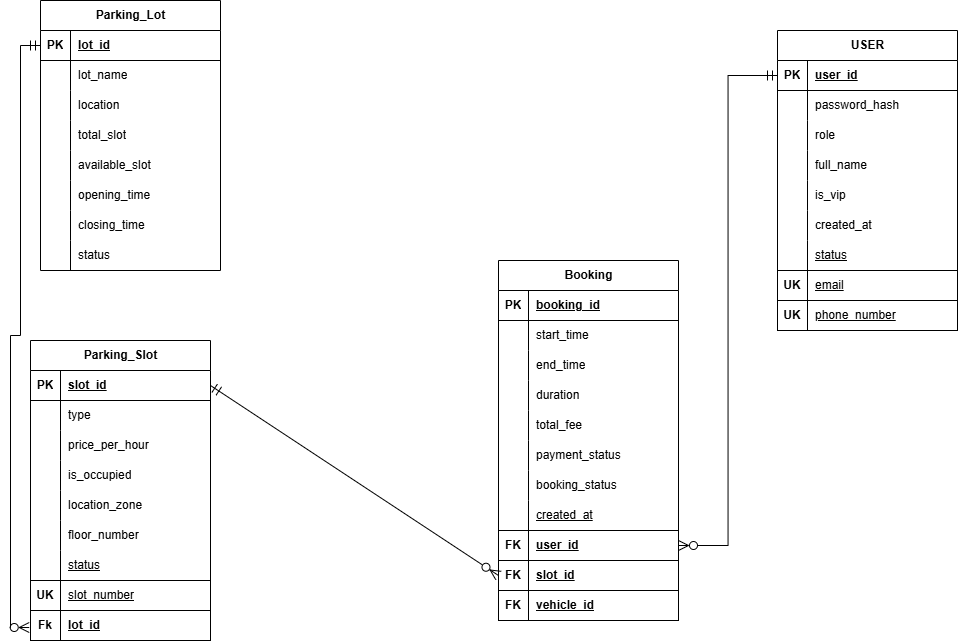
Earlier version of the draw.io export diagrams/erd.drawio.png (A-proG-spec/AASTU-DB-Project-Group-2). Source tidied: cells renumbered, new cells last; positions are measured from the earlier drawing's top-left corner, leaving out a move shared by most shapes.
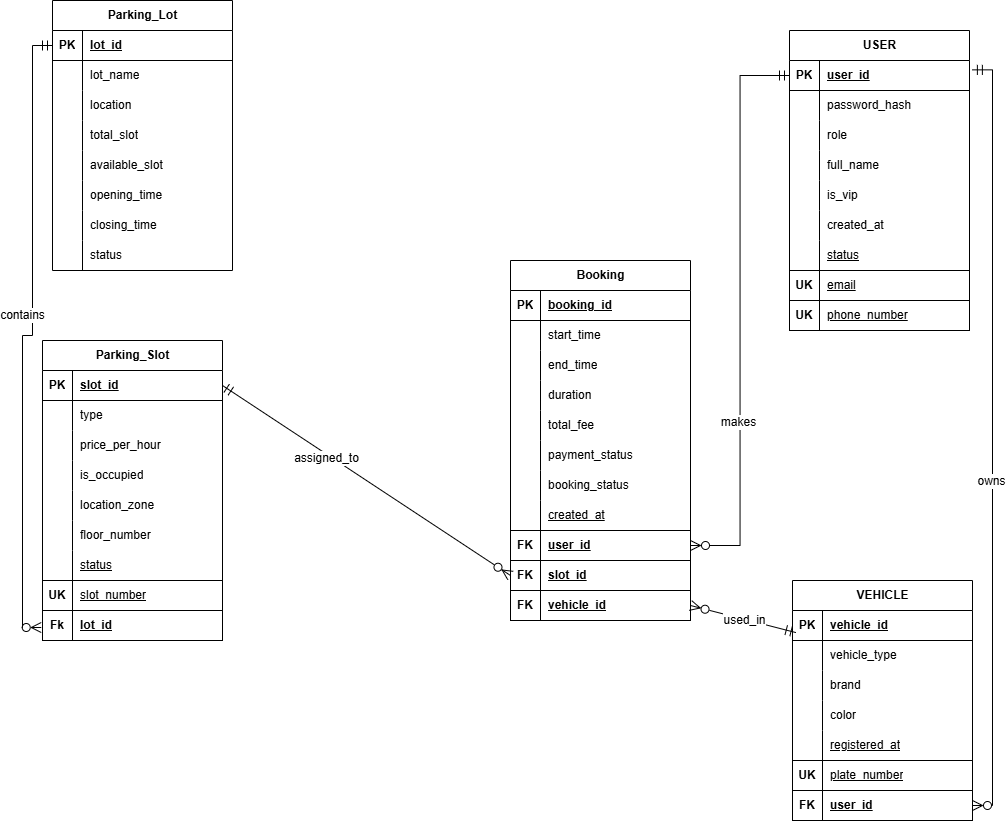
Above is the later version.

Commit message:
added an entity called vehicle and also what everything is related to

What changed in the source:
```diff
@@ -273,9 +273,19 @@
         </Array>
       </mxGeometry>
     </mxCell>
+    <mxCell id="120" value="contains" style="edgeLabel;html=1;align=center;verticalAlign=middle;fontSize=12;" parent="89" vertex="1">
+      <mxGeometry x="-0.14" y="-1" relative="1" as="geometry">
+        <mxPoint x="-9" y="19" as="offset" />
+      </mxGeometry>
+    </mxCell>
     <mxCell id="90" style="edgeStyle=none;curved=1;rounded=0;jettySize=auto;html=1;exitX=0;exitY=0.5;exitDx=0;exitDy=0;entryX=1;entryY=0.5;entryDx=0;entryDy=0;fontSize=12;startSize=8;endSize=8;startArrow=ERzeroToMany;startFill=0;endArrow=ERmandOne;endFill=0;" parent="1" edge="1" source="83" target="28">
       <mxGeometry relative="1" as="geometry" />
     </mxCell>
+    <mxCell id="121" value="assigned_to" style="edgeLabel;html=1;align=center;verticalAlign=middle;fontSize=12;" parent="90" vertex="1">
+      <mxGeometry x="0.27" y="4" relative="1" as="geometry">
+        <mxPoint x="1" as="offset" />
+      </mxGeometry>
+    </mxCell>
     <mxCell id="91" value="USER" style="shape=table;startSize=30;rowLines=0;fontStyle=1;align=center;html=1;" parent="1" vertex="1">
       <mxGeometry x="767" y="30" width="180" height="300" as="geometry" />
     </mxCell>
@@ -363,5 +373,88 @@
     <mxCell id="119" style="edgeStyle=orthogonalEdgeStyle;rounded=0;jettySize=auto;html=1;exitX=1;exitY=0.5;exitDx=0;exitDy=0;entryX=0;entryY=0.5;entryDx=0;entryDy=0;fontSize=12;startSize=8;endSize=8;startArrow=ERzeroToMany;startFill=0;endArrow=ERmandOne;endFill=0;" parent="1" edge="1" source="80" target="92">
       <mxGeometry relative="1" as="geometry" />
     </mxCell>
+    <mxCell id="122" value="makes" style="edgeLabel;html=1;align=center;verticalAlign=middle;fontSize=12;" parent="119" vertex="1">
+      <mxGeometry x="-0.39" y="2" relative="1" as="geometry" />
+    </mxCell>
+    <mxCell id="123" value="VEHICLE" style="shape=table;startSize=30;rowLines=0;fontStyle=1;align=center;html=1;" parent="1" vertex="1">
+      <mxGeometry x="770" y="580" width="180" height="240" as="geometry" />
+    </mxCell>
+    <mxCell id="124" style="shape=tableRow;horizontal=0;startSize=0;swimlaneHead=0;swimlaneBody=0;fillColor=none;points=[[0,0.5],[1,0.5]];portConstraint=eastwest;top=0;left=0;right=0;bottom=1;" parent="123" vertex="1">
+      <mxGeometry y="30" width="180" height="30" as="geometry" />
+    </mxCell>
+    <mxCell id="125" value="PK" style="shape=partialRectangle;fillColor=none;top=0;left=0;bottom=0;right=0;fontStyle=1;overflow=hidden;whiteSpace=wrap;html=1;" parent="124" vertex="1">
+      <mxGeometry width="30" height="30" as="geometry" />
+    </mxCell>
+    <mxCell id="126" value="vehicle_id" style="shape=partialRectangle;fillColor=none;top=0;left=0;bottom=0;right=0;align=left;spacingLeft=6;fontStyle=5;overflow=hidden;whiteSpace=wrap;html=1;" parent="124" vertex="1">
+      <mxGeometry x="30" width="150" height="30" as="geometry" />
+    </mxCell>
+    <mxCell id="127" style="shape=tableRow;horizontal=0;startSize=0;swimlaneHead=0;swimlaneBody=0;fillColor=none;top=0;left=0;right=0;bottom=0;" parent="123" vertex="1">
+      <mxGeometry y="60" width="180" height="30" as="geometry" />
+    </mxCell>
+    <mxCell id="128" style="shape=partialRectangle;fillColor=none;top=0;left=0;bottom=0;right=0;overflow=hidden;whiteSpace=wrap;html=1;" parent="127" vertex="1">
+      <mxGeometry width="30" height="30" as="geometry" />
+    </mxCell>
+    <mxCell id="129" value="vehicle_type" style="shape=partialRectangle;fillColor=none;top=0;left=0;bottom=0;right=0;align=left;spacingLeft=6;overflow=hidden;whiteSpace=wrap;html=1;" parent="127" vertex="1">
+      <mxGeometry x="30" width="150" height="30" as="geometry" />
+    </mxCell>
+    <mxCell id="130" style="shape=tableRow;horizontal=0;startSize=0;swimlaneHead=0;swimlaneBody=0;fillColor=none;top=0;left=0;right=0;bottom=0;" parent="123" vertex="1">
+      <mxGeometry y="90" width="180" height="30" as="geometry" />
+    </mxCell>
+    <mxCell id="131" style="shape=partialRectangle;fillColor=none;top=0;left=0;bottom=0;right=0;overflow=hidden;whiteSpace=wrap;html=1;" parent="130" vertex="1">
+      <mxGeometry width="30" height="30" as="geometry" />
+    </mxCell>
+    <mxCell id="132" value="brand" style="shape=partialRectangle;fillColor=none;top=0;left=0;bottom=0;right=0;align=left;spacingLeft=6;overflow=hidden;whiteSpace=wrap;html=1;" parent="130" vertex="1">
+      <mxGeometry x="30" width="150" height="30" as="geometry" />
+    </mxCell>
+    <mxCell id="133" style="shape=tableRow;horizontal=0;startSize=0;swimlaneHead=0;swimlaneBody=0;fillColor=none;top=0;left=0;right=0;bottom=0;" parent="123" vertex="1">
+      <mxGeometry y="120" width="180" height="30" as="geometry" />
+    </mxCell>
+    <mxCell id="134" style="shape=partialRectangle;fillColor=none;top=0;left=0;bottom=0;right=0;overflow=hidden;whiteSpace=wrap;html=1;" parent="133" vertex="1">
+      <mxGeometry width="30" height="30" as="geometry" />
+    </mxCell>
+    <mxCell id="135" value="color" style="shape=partialRectangle;fillColor=none;top=0;left=0;bottom=0;right=0;align=left;spacingLeft=6;overflow=hidden;whiteSpace=wrap;html=1;" parent="133" vertex="1">
+      <mxGeometry x="30" width="150" height="30" as="geometry" />
+    </mxCell>
+    <mxCell id="136" style="shape=tableRow;horizontal=0;startSize=0;swimlaneHead=0;swimlaneBody=0;fillColor=none;top=0;left=0;right=0;bottom=1;" parent="123" vertex="1">
+      <mxGeometry y="150" width="180" height="30" as="geometry" />
+    </mxCell>
+    <mxCell id="137" style="shape=partialRectangle;fillColor=none;top=0;left=0;bottom=0;right=0;fontStyle=1;overflow=hidden;whiteSpace=wrap;html=1;" parent="136" vertex="1">
+      <mxGeometry width="30" height="30" as="geometry" />
+    </mxCell>
+    <mxCell id="138" value="&lt;span style=&quot;font-weight: normal;&quot;&gt;registered_at&lt;/span&gt;" style="shape=partialRectangle;fillColor=none;top=0;left=0;bottom=0;right=0;align=left;spacingLeft=6;fontStyle=5;overflow=hidden;whiteSpace=wrap;html=1;" parent="136" vertex="1">
+      <mxGeometry x="30" width="150" height="30" as="geometry" />
+    </mxCell>
+    <mxCell id="139" style="shape=tableRow;horizontal=0;startSize=0;swimlaneHead=0;swimlaneBody=0;fillColor=none;top=0;left=0;right=0;bottom=1;" parent="123" vertex="1">
+      <mxGeometry y="180" width="180" height="30" as="geometry" />
+    </mxCell>
+    <mxCell id="140" value="UK" style="shape=partialRectangle;fillColor=none;top=0;left=0;bottom=0;right=0;fontStyle=1;overflow=hidden;whiteSpace=wrap;html=1;" parent="139" vertex="1">
+      <mxGeometry width="30" height="30" as="geometry" />
+    </mxCell>
+    <mxCell id="141" value="&lt;span style=&quot;font-weight: normal;&quot;&gt;plate_number&lt;/span&gt;" style="shape=partialRectangle;fillColor=none;top=0;left=0;bottom=0;right=0;align=left;spacingLeft=6;fontStyle=5;overflow=hidden;whiteSpace=wrap;html=1;" parent="139" vertex="1">
+      <mxGeometry x="30" width="150" height="30" as="geometry" />
+    </mxCell>
+    <mxCell id="142" style="shape=tableRow;horizontal=0;startSize=0;swimlaneHead=0;swimlaneBody=0;fillColor=none;points=[[0,0.5],[1,0.5]];portConstraint=eastwest;top=0;left=0;right=0;bottom=1;" parent="123" vertex="1">
+      <mxGeometry y="210" width="180" height="30" as="geometry" />
+    </mxCell>
+    <mxCell id="143" value="FK" style="shape=partialRectangle;fillColor=none;top=0;left=0;bottom=0;right=0;fontStyle=1;overflow=hidden;whiteSpace=wrap;html=1;" parent="142" vertex="1">
+      <mxGeometry width="30" height="30" as="geometry" />
+    </mxCell>
+    <mxCell id="144" value="user_id" style="shape=partialRectangle;fillColor=none;top=0;left=0;bottom=0;right=0;align=left;spacingLeft=6;fontStyle=5;overflow=hidden;whiteSpace=wrap;html=1;" parent="142" vertex="1">
+      <mxGeometry x="30" width="150" height="30" as="geometry" />
+    </mxCell>
+    <mxCell id="145" style="edgeStyle=orthogonalEdgeStyle;rounded=0;jettySize=auto;html=1;exitX=1;exitY=0.5;exitDx=0;exitDy=0;entryX=1.016;entryY=0.312;entryDx=0;entryDy=0;entryPerimeter=0;fontSize=12;startSize=8;endSize=8;startArrow=ERzeroToMany;startFill=0;endArrow=ERmandOne;endFill=0;" parent="1" edge="1" source="142" target="92">
+      <mxGeometry relative="1" as="geometry" />
+    </mxCell>
+    <mxCell id="146" value="owns" style="edgeLabel;html=1;align=center;verticalAlign=middle;fontSize=12;" parent="145" vertex="1">
+      <mxGeometry x="-0.11" y="1" relative="1" as="geometry" />
+    </mxCell>
+    <mxCell id="147" style="edgeStyle=none;curved=1;rounded=0;jettySize=auto;html=1;exitX=1;exitY=0.5;exitDx=0;exitDy=0;entryX=0.019;entryY=0.736;entryDx=0;entryDy=0;entryPerimeter=0;fontSize=12;startSize=8;endSize=8;startArrow=ERzeroToMany;startFill=0;endArrow=ERmandOne;endFill=0;" parent="1" edge="1" source="86" target="124">
+      <mxGeometry relative="1" as="geometry" />
+    </mxCell>
+    <mxCell id="148" value="used_in" style="edgeLabel;html=1;align=center;verticalAlign=middle;fontSize=12;" parent="147" vertex="1">
+      <mxGeometry x="0.04" y="-4" relative="1" as="geometry">
+        <mxPoint y="-3" as="offset" />
+      </mxGeometry>
+    </mxCell>
   </root>
 </mxGraphModel>
```
